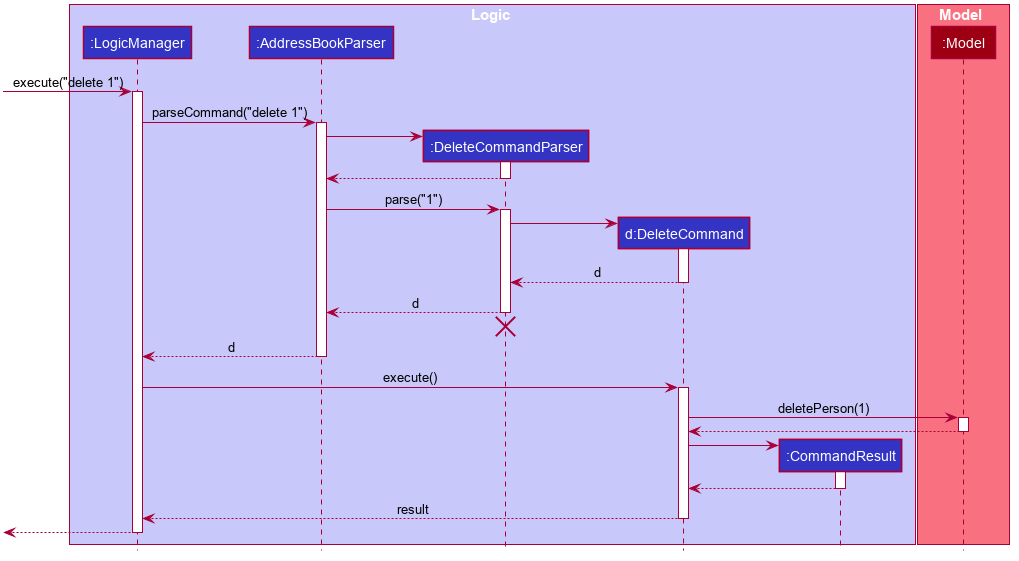
This is docs/images/DeleteSequenceDiagram.png from nus-cs2103-AY1920S1/addressbook-level3, a PlantUML export, as it was before one commit. Source of this version:
```plantuml
@startuml








skinparam BackgroundColor #FFFFFFF

skinparam Shadowing false

skinparam Class {
    FontColor #FFFFFF
    BorderThickness 1
    BorderColor #FFFFFF
    StereotypeFontColor #FFFFFF
    FontName Arial
}

skinparam Actor {
    BorderColor #000000
    Color #000000
    FontName Arial
}

skinparam Sequence {
    MessageAlign center
    BoxFontSize 15
    BoxPadding 0
    BoxFontColor #FFFFFF
    FontName Arial
}

skinparam Participant {
    FontColor #FFFFFFF
    Padding 20
}

skinparam MinClassWidth 50
skinparam ParticipantPadding 10
skinparam Shadowing false
skinparam DefaultTextAlignment center
skinparam packageStyle Rectangle

hide footbox
hide members
hide circle

box Logic #C8C8FA
participant ":LogicManager" as LogicManager #3333C4
participant ":AddressBookParser" as AddressBookParser #3333C4
participant ":DeleteCommandParser" as DeleteCommandParser #3333C4
participant "d:DeleteCommand" as DeleteCommand #3333C4
participant ":CommandResult" as CommandResult #3333C4
end box

box Model #F97181
participant ":Model" as Model #9D0012
end box

[-> LogicManager : execute("delete 1")
activate LogicManager

LogicManager -> AddressBookParser : parseCommand("delete 1")
activate AddressBookParser

create DeleteCommandParser
AddressBookParser -> DeleteCommandParser
activate DeleteCommandParser

DeleteCommandParser --> AddressBookParser
deactivate DeleteCommandParser

AddressBookParser -> DeleteCommandParser : parse("1")
activate DeleteCommandParser

create DeleteCommand
DeleteCommandParser -> DeleteCommand
activate DeleteCommand

DeleteCommand --> DeleteCommandParser : d
deactivate DeleteCommand

DeleteCommandParser --> AddressBookParser : d
deactivate DeleteCommandParser
DeleteCommandParser -[hidden]-> AddressBookParser
destroy DeleteCommandParser

AddressBookParser --> LogicManager : d
deactivate AddressBookParser

LogicManager -> DeleteCommand : execute()
activate DeleteCommand

DeleteCommand -> Model : deletePerson(1)
activate Model

Model --> DeleteCommand
deactivate Model

create CommandResult
DeleteCommand -> CommandResult
activate CommandResult

CommandResult --> DeleteCommand
deactivate CommandResult

DeleteCommand --> LogicManager : result
deactivate DeleteCommand

[<--LogicManager
deactivate LogicManager
@enduml
```
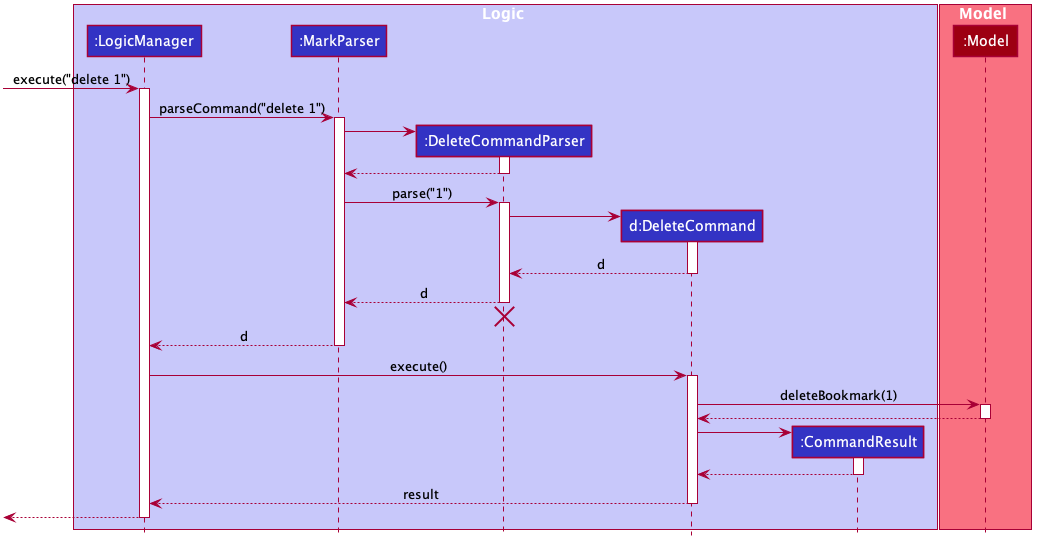
Later version of the same file.

The edit, as a diff of the source:
```diff
@@ -50,7 +50,7 @@
 
 box Logic #C8C8FA
 participant ":LogicManager" as LogicManager #3333C4
-participant ":AddressBookParser" as AddressBookParser #3333C4
+participant ":MarkParser" as MarkParser #3333C4
 participant ":DeleteCommandParser" as DeleteCommandParser #3333C4
 participant "d:DeleteCommand" as DeleteCommand #3333C4
 participant ":CommandResult" as CommandResult #3333C4
@@ -63,17 +63,17 @@
 [-> LogicManager : execute("delete 1")
 activate LogicManager
 
-LogicManager -> AddressBookParser : parseCommand("delete 1")
-activate AddressBookParser
+LogicManager -> MarkParser : parseCommand("delete 1")
+activate MarkParser
 
 create DeleteCommandParser
-AddressBookParser -> DeleteCommandParser
+MarkParser -> DeleteCommandParser
 activate DeleteCommandParser
 
-DeleteCommandParser --> AddressBookParser
+DeleteCommandParser --> MarkParser
 deactivate DeleteCommandParser
 
-AddressBookParser -> DeleteCommandParser : parse("1")
+MarkParser -> DeleteCommandParser : parse("1")
 activate DeleteCommandParser
 
 create DeleteCommand
@@ -83,18 +83,18 @@
 DeleteCommand --> DeleteCommandParser : d
 deactivate DeleteCommand
 
-DeleteCommandParser --> AddressBookParser : d
+DeleteCommandParser --> MarkParser : d
 deactivate DeleteCommandParser
-DeleteCommandParser -[hidden]-> AddressBookParser
+DeleteCommandParser -[hidden]-> MarkParser
 destroy DeleteCommandParser
 
-AddressBookParser --> LogicManager : d
-deactivate AddressBookParser
+MarkParser --> LogicManager : d
+deactivate MarkParser
 
 LogicManager -> DeleteCommand : execute()
 activate DeleteCommand
 
-DeleteCommand -> Model : deletePerson(1)
+DeleteCommand -> Model : deleteBookmark(1)
 activate Model
 
 Model --> DeleteCommand
```
